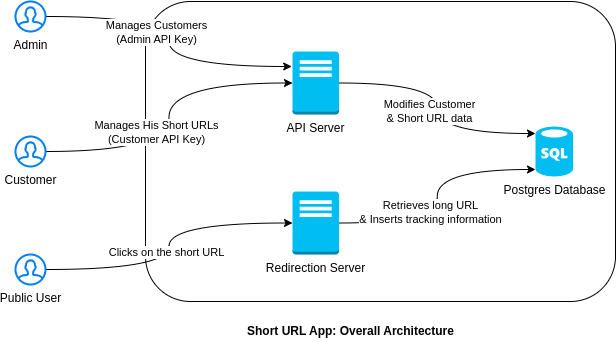
This is docs/02_design/images/ArchitectureDiagrams.drawio.png from elbombardi/squrl, a draw.io export, as it was before one commit. Source tidied: cells renumbered, new cells last; positions are measured from the earlier drawing's top-left corner, leaving out a move shared by most shapes.
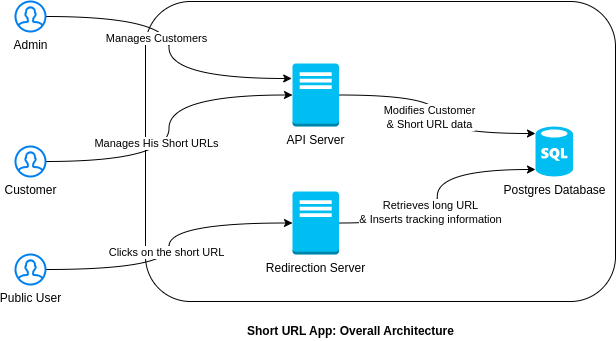
The same file after the commit.

The edit, as a diff of the source:
```diff
@@ -15,7 +15,7 @@
       <mxGeometry x="230" y="320" width="230" height="20" as="geometry" />
     </mxCell>
     <mxCell id="6" value="API Server" style="outlineConnect=0;dashed=0;verticalLabelPosition=bottom;verticalAlign=top;align=center;html=1;shape=mxgraph.aws3.traditional_server;fillColor=#00BEF2;strokeColor=#6c8ebf;" parent="1" vertex="1">
-      <mxGeometry x="277" y="50" width="46.5" height="63" as="geometry" />
+      <mxGeometry x="277" y="62" width="46.5" height="63" as="geometry" />
     </mxCell>
     <mxCell id="7" value="Retrieves long URL&lt;br&gt;&amp;amp; Inserts tracking information" style="rounded=0;jettySize=auto;html=1;exitX=1;exitY=0.5;exitDx=0;exitDy=0;exitPerimeter=0;entryX=0;entryY=0.86;entryDx=0;entryDy=0;entryPerimeter=0;edgeStyle=orthogonalEdgeStyle;curved=1;" parent="1" edge="1" source="8" target="4">
       <mxGeometry x="-0.13" y="7" relative="1" as="geometry" />
@@ -23,7 +23,7 @@
     <mxCell id="8" value="Redirection Server" style="outlineConnect=0;dashed=0;verticalLabelPosition=bottom;verticalAlign=top;align=center;html=1;shape=mxgraph.aws3.traditional_server;fillColor=#00BEF2;gradientColor=none;" parent="1" vertex="1">
       <mxGeometry x="277" y="190" width="46.5" height="63" as="geometry" />
     </mxCell>
-    <mxCell id="9" value="Manages Customers&lt;br&gt;(Admin API Key)" style="edgeStyle=orthogonalEdgeStyle;rounded=0;jettySize=auto;html=1;entryX=-0.017;entryY=0.238;entryDx=0;entryDy=0;entryPerimeter=0;curved=1;" parent="1" edge="1" source="10" target="6">
+    <mxCell id="9" value="Manages Customers" style="edgeStyle=orthogonalEdgeStyle;rounded=0;jettySize=auto;html=1;entryX=-0.017;entryY=0.238;entryDx=0;entryDy=0;entryPerimeter=0;curved=1;" parent="1" edge="1" source="10" target="6">
       <mxGeometry x="-0.06" y="-13" relative="1" as="geometry">
         <mxPoint y="1" as="offset" />
       </mxGeometry>
@@ -31,13 +31,13 @@
     <mxCell id="10" value="Admin" style="html=1;verticalLabelPosition=bottom;align=center;labelBackgroundColor=#ffffff;verticalAlign=top;strokeWidth=2;strokeColor=#0080F0;shadow=0;dashed=0;shape=mxgraph.ios7.icons.user;" parent="1" vertex="1">
       <mxGeometry width="30" height="30" as="geometry" />
     </mxCell>
-    <mxCell id="11" value="Manages His Short URLs&lt;br&gt;(Customer API Key)" style="edgeStyle=orthogonalEdgeStyle;rounded=0;jettySize=auto;html=1;entryX=0;entryY=0.5;entryDx=0;entryDy=0;entryPerimeter=0;curved=1;" parent="1" edge="1" source="12" target="6">
+    <mxCell id="11" value="Manages His Short URLs" style="edgeStyle=orthogonalEdgeStyle;rounded=0;jettySize=auto;html=1;entryX=0;entryY=0.5;entryDx=0;entryDy=0;entryPerimeter=0;curved=1;" parent="1" edge="1" source="12" target="6">
       <mxGeometry x="-0.09" y="14" relative="1" as="geometry">
         <mxPoint x="1" y="1" as="offset" />
       </mxGeometry>
     </mxCell>
     <mxCell id="12" value="Customer" style="html=1;verticalLabelPosition=bottom;align=center;labelBackgroundColor=#ffffff;verticalAlign=top;strokeWidth=2;strokeColor=#0080F0;shadow=0;dashed=0;shape=mxgraph.ios7.icons.user;" parent="1" vertex="1">
-      <mxGeometry y="135" width="30" height="30" as="geometry" />
+      <mxGeometry y="145" width="30" height="30" as="geometry" />
     </mxCell>
     <mxCell id="13" value="Clicks on the short URL" style="edgeStyle=orthogonalEdgeStyle;rounded=0;jettySize=auto;html=1;curved=1;" parent="1" edge="1" source="14" target="8">
       <mxGeometry x="-0.04" y="4" relative="1" as="geometry">
```
